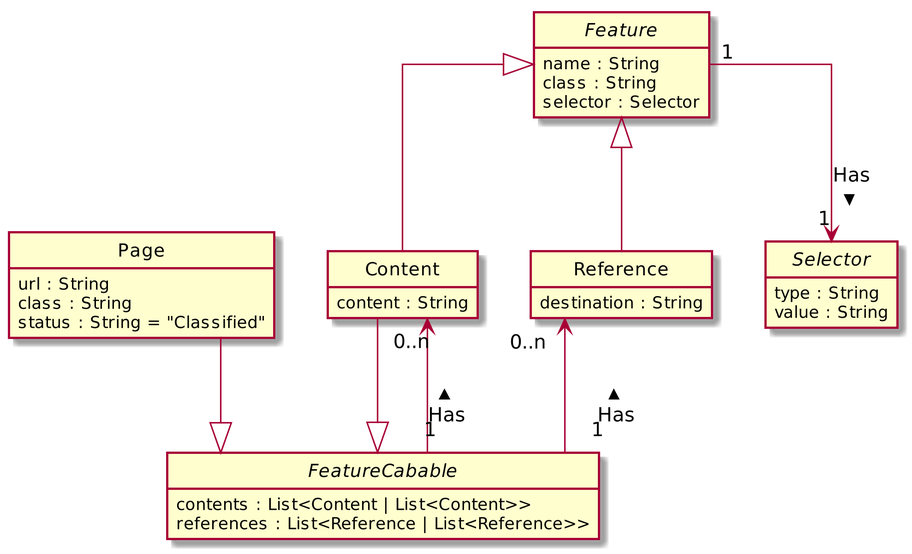
Earlier version of the PlantUML export src/main/resources/concept/page.png (TheGreyKoala/master-thesis).
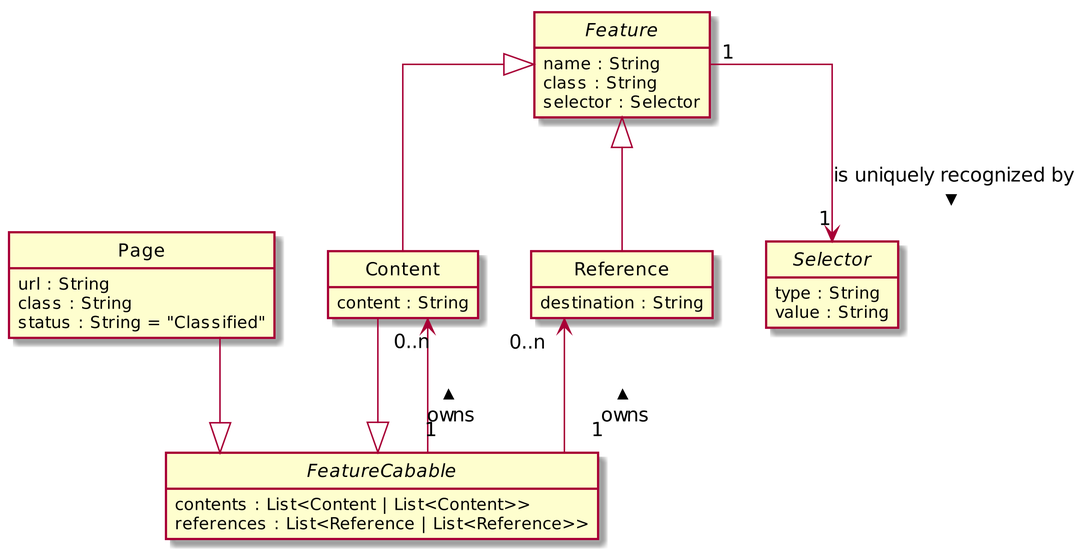
The same file after the commit.

Diff of the diagram source:
```diff
@@ -37,8 +37,8 @@
 Content --|> FeatureCabable
 Feature <|-- Content
 Feature <|-- Reference
-Feature "1" --> "1" Selector : > Has
-FeatureCabable "1" --> "0..n" Content : > Has
+Feature "1" --> "1" Selector : > is uniquely recognized by
+FeatureCabable "1" --> "0..n" Content : > owns
 Page --|> FeatureCabable
-Reference "0..n" <-- "1" FeatureCabable : < Has
+Reference "0..n" <-- "1" FeatureCabable : < owns
 @enduml
```
